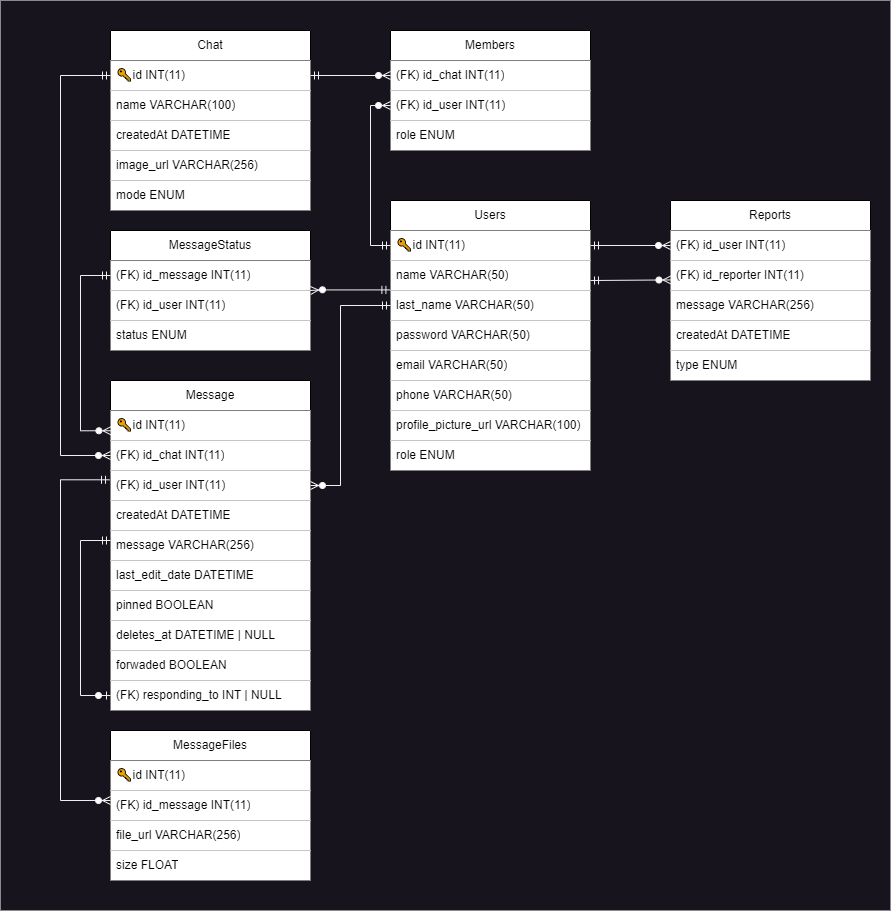
Above: assets/RelationalSchema.png in benjahuenchunir/React_Madrid_backend (draw.io), before the change. Source tidied: cells renumbered, new cells last; positions are measured from the earlier drawing's top-left corner, leaving out a move shared by most shapes.
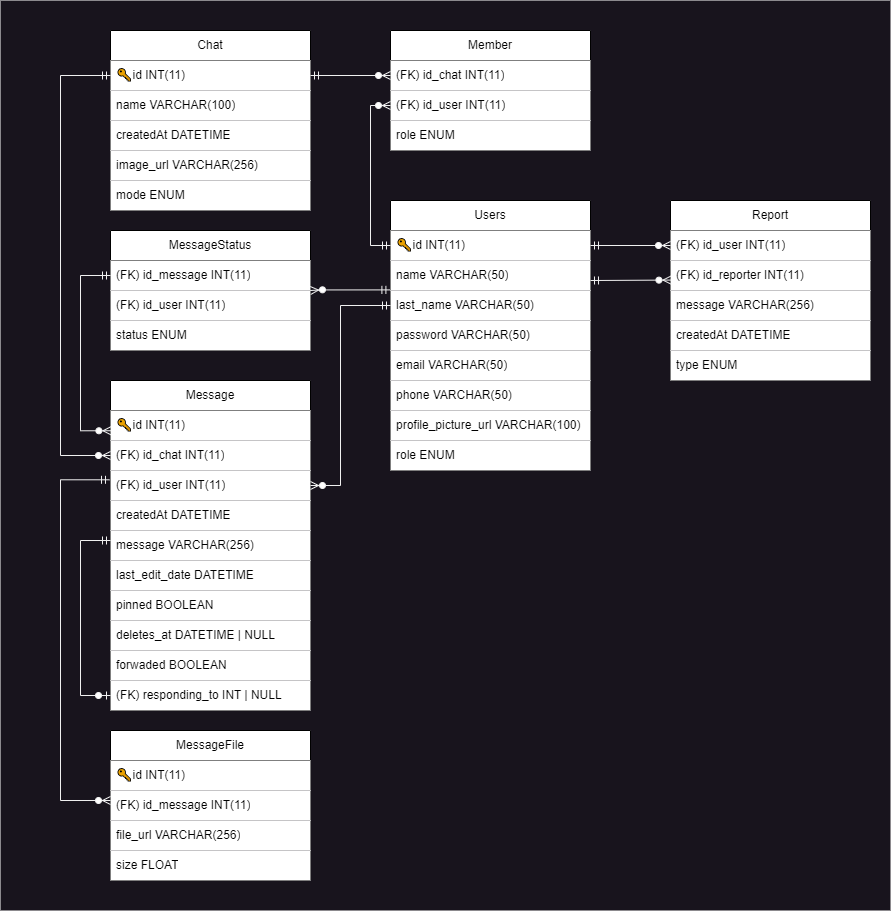
Above is the later version.

Change to the diagram source:
```diff
@@ -50,7 +50,7 @@
     <mxCell id="17" value="mode ENUM" style="text;strokeColor=none;fillColor=default;align=left;verticalAlign=middle;spacingLeft=4;spacingRight=4;overflow=hidden;whiteSpace=wrap;html=1;" parent="12" vertex="1">
       <mxGeometry y="150" width="200" height="30" as="geometry" />
     </mxCell>
-    <mxCell id="18" value="Members" style="swimlane;fontStyle=0;horizontal=1;startSize=30;whiteSpace=wrap;html=1;" parent="1" vertex="1">
+    <mxCell id="18" value="Member" style="swimlane;fontStyle=0;horizontal=1;startSize=30;whiteSpace=wrap;html=1;" parent="1" vertex="1">
       <mxGeometry x="390" y="30" width="200" height="120" as="geometry" />
     </mxCell>
     <mxCell id="19" value="(FK)&amp;nbsp;id_chat INT(11)" style="text;strokeColor=none;fillColor=default;align=left;verticalAlign=middle;spacingLeft=4;spacingRight=4;overflow=hidden;points=[[0,0.5],[1,0.5]];portConstraint=eastwest;whiteSpace=wrap;html=1;" parent="18" vertex="1">
@@ -62,7 +62,7 @@
     <mxCell id="21" value="role ENUM" style="text;strokeColor=none;fillColor=default;align=left;verticalAlign=middle;spacingLeft=4;spacingRight=4;overflow=hidden;whiteSpace=wrap;html=1;" parent="18" vertex="1">
       <mxGeometry y="90" width="200" height="30" as="geometry" />
     </mxCell>
-    <mxCell id="22" value="Reports" style="swimlane;fontStyle=0;horizontal=1;startSize=30;whiteSpace=wrap;html=1;" parent="1" vertex="1">
+    <mxCell id="22" value="Report" style="swimlane;fontStyle=0;horizontal=1;startSize=30;whiteSpace=wrap;html=1;" parent="1" vertex="1">
       <mxGeometry x="670" y="200" width="200" height="180" as="geometry" />
     </mxCell>
     <mxCell id="23" value="(FK)&amp;nbsp;id_user INT(11)" style="text;strokeColor=none;fillColor=default;align=left;verticalAlign=middle;spacingLeft=4;spacingRight=4;overflow=hidden;points=[[0,0.5],[1,0.5]];portConstraint=eastwest;whiteSpace=wrap;html=1;" parent="22" vertex="1">
@@ -186,7 +186,7 @@
         </Array>
       </mxGeometry>
     </mxCell>
-    <mxCell id="52" value="MessageFiles" style="swimlane;fontStyle=0;horizontal=1;startSize=30;whiteSpace=wrap;html=1;" parent="1" vertex="1">
+    <mxCell id="52" value="MessageFile" style="swimlane;fontStyle=0;horizontal=1;startSize=30;whiteSpace=wrap;html=1;" parent="1" vertex="1">
       <mxGeometry x="110" y="730" width="200" height="150" as="geometry" />
     </mxCell>
     <mxCell id="53" value="🔑id INT(11)" style="text;strokeColor=none;fillColor=default;align=left;verticalAlign=middle;spacingLeft=4;spacingRight=4;overflow=hidden;whiteSpace=wrap;html=1;" parent="52" vertex="1">
```
